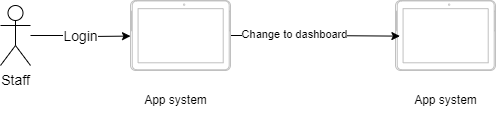
This is wireframe_explaination/work flow 2.drawio.png from duongminhthanh/app_system_management_visitor_for_old_aparment, a draw.io export, as it was before one commit. Source tidied: cells renumbered, new cells last; positions are measured from the earlier drawing's top-left corner, leaving out a move shared by most shapes.
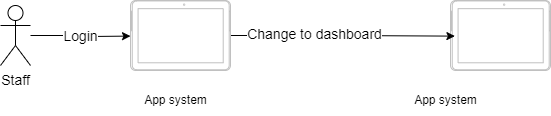
Above is the later version.

The edit, as a diff of the source:
```diff
@@ -14,12 +14,12 @@
       <mxGeometry x="130" y="85" width="90" height="30" as="geometry" />
     </mxCell>
     <mxCell id="5" style="verticalLabelPosition=bottom;verticalAlign=top;html=1;shadow=0;dashed=0;strokeWidth=1;shape=mxgraph.android.tab2;strokeColor=#c0c0c0;direction=north;" parent="1" vertex="1">
-      <mxGeometry x="395" width="100" height="70" as="geometry" />
+      <mxGeometry x="450" width="100" height="70" as="geometry" />
     </mxCell>
     <mxCell id="6" style="edgeStyle=orthogonalEdgeStyle;rounded=0;jettySize=auto;html=1;entryX=0.491;entryY=0.044;entryDx=0;entryDy=0;entryPerimeter=0;" parent="1" edge="1" source="8" target="5">
       <mxGeometry relative="1" as="geometry" />
     </mxCell>
-    <mxCell id="7" value="Change to dashboard" style="edgeLabel;html=1;align=center;verticalAlign=middle;" parent="6" vertex="1">
+    <mxCell id="7" value="Change to dashboard" style="edgeLabel;html=1;align=center;verticalAlign=middle;fontSize=14;" parent="6" vertex="1">
       <mxGeometry x="-0.26" y="2" relative="1" as="geometry" />
     </mxCell>
     <mxCell id="8" style="verticalLabelPosition=bottom;verticalAlign=top;html=1;shadow=0;dashed=0;strokeWidth=1;shape=mxgraph.android.tab2;strokeColor=#c0c0c0;direction=north;" parent="1" vertex="1">
```
